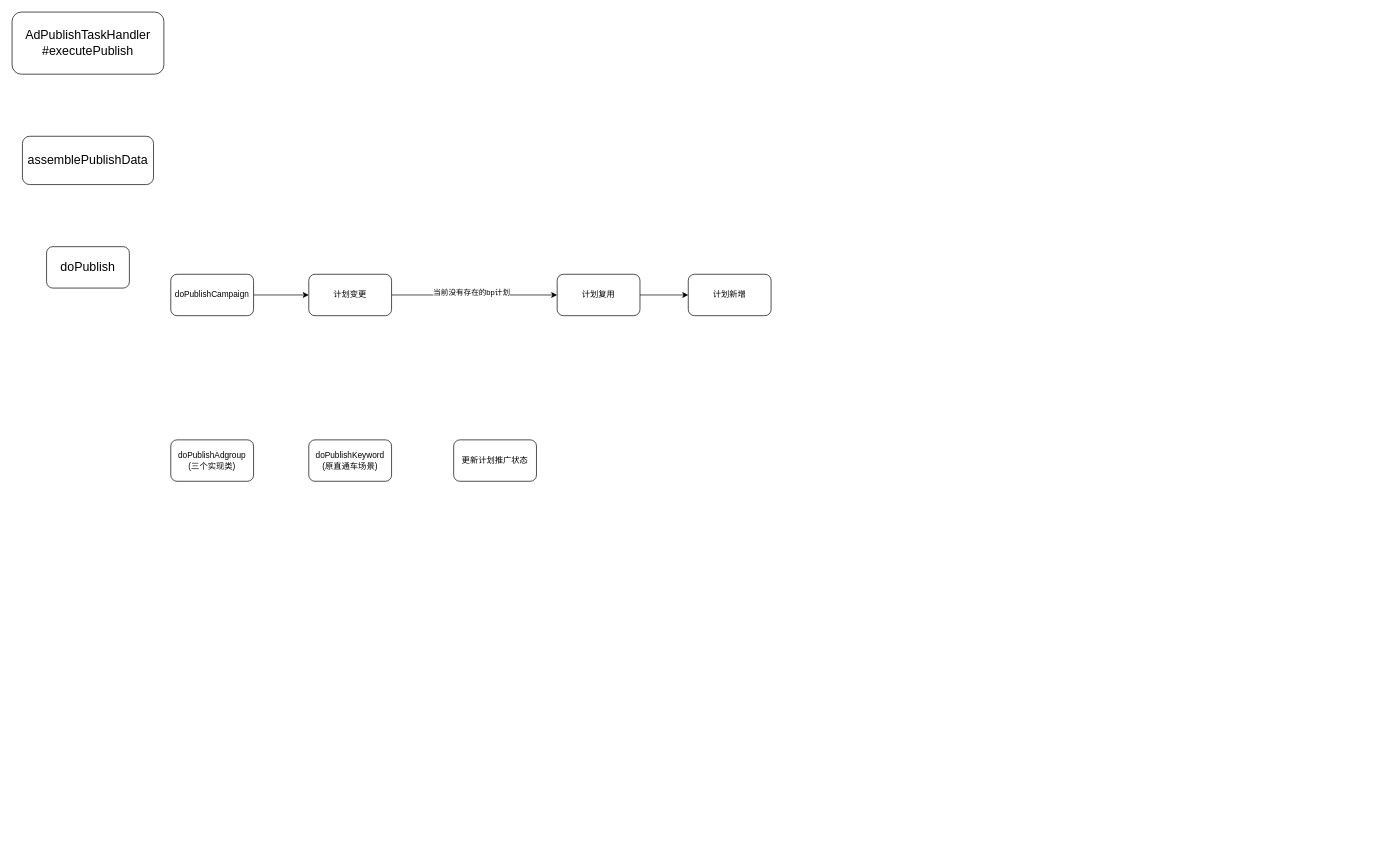
This is page "调度" (1 of 2) of 智投.drawio from RuishanFang/notes, a draw.io file, before an edit. Source tidied: cells renumbered, new cells numbered last; positions are measured from the earlier drawing's top-left corner, leaving out a move shared by most shapes. Both pictures are drawn from the tidied source at 69%, with x=0, y=0 at pixel (12, 12).
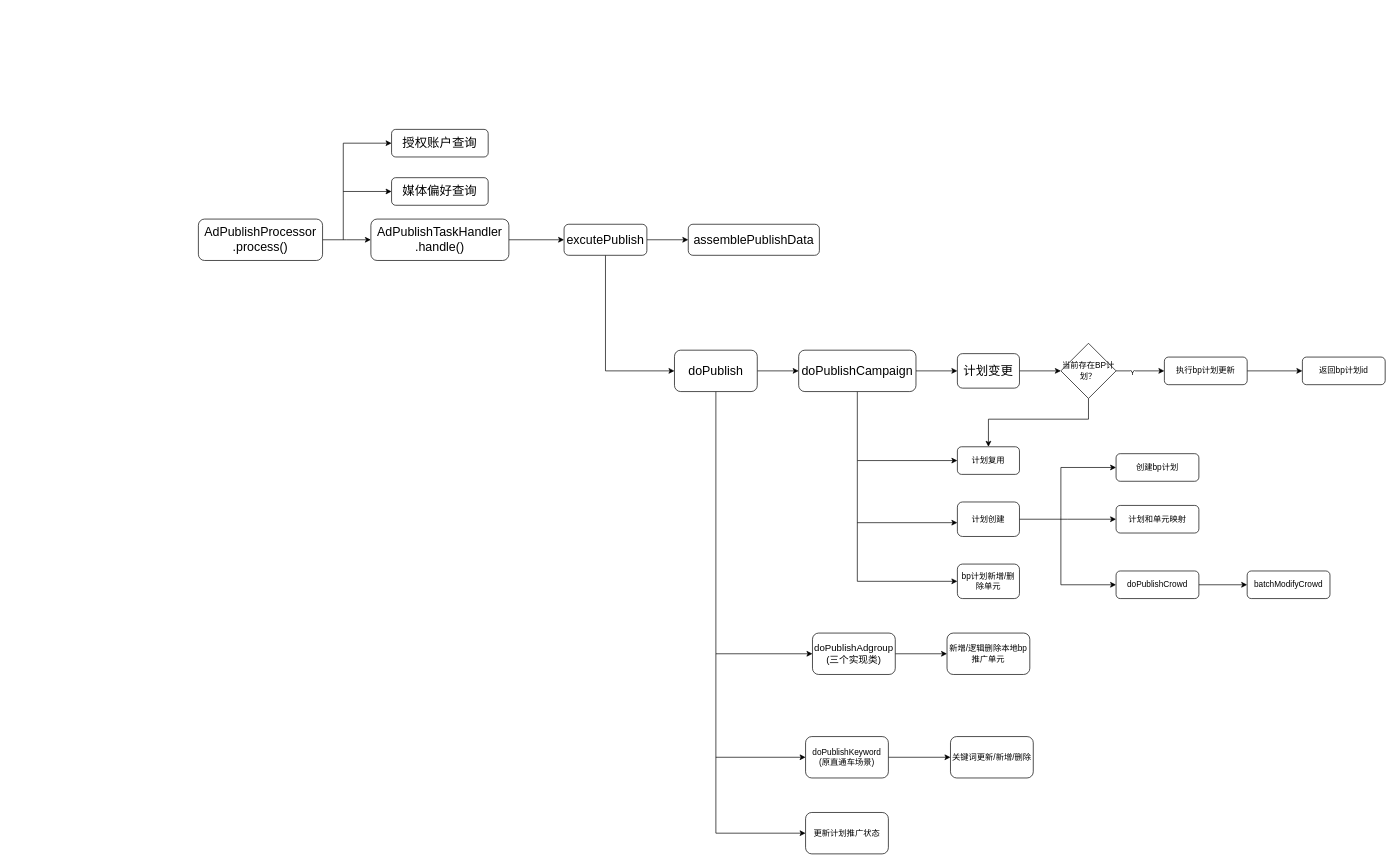
Above is the later version.

What changed in the source:
```diff
@@
+    <mxCell id="16" style="edgeStyle=orthogonalEdgeStyle;rounded=0;jettySize=auto;html=1;" parent="1" edge="1" source="2" target="39">
+      <mxGeometry relative="1" as="geometry" />
+    </mxCell>
-    <mxCell id="2" value="&lt;font style=&quot;font-size: 18px;&quot;&gt;AdPublishTaskHandler&lt;br&gt;#executePublish&lt;/font&gt;" style="rounded=1;whiteSpace=wrap;html=1;" parent="1" vertex="1">
-      <mxGeometry width="220" height="90" as="geometry" />
+    <mxCell id="2" value="&lt;font style=&quot;font-size: 18px;&quot;&gt;AdPublishTaskHandler&lt;br&gt;.handle()&lt;/font&gt;" style="rounded=1;whiteSpace=wrap;html=1;" parent="1" vertex="1">
+      <mxGeometry x="520" y="300" width="200" height="60" as="geometry" />
     </mxCell>
     <mxCell id="3" value="&lt;font style=&quot;font-size: 18px;&quot;&gt;assemblePublishData&lt;/font&gt;" style="rounded=1;whiteSpace=wrap;html=1;" parent="1" vertex="1">
-      <mxGeometry x="15" y="180" width="190" height="70" as="geometry" />
+      <mxGeometry x="980" y="307.5" width="190" height="45" as="geometry" />
     </mxCell>
+    <mxCell id="17" style="edgeStyle=orthogonalEdgeStyle;rounded=0;jettySize=auto;html=1;" parent="1" edge="1" source="4" target="9">
+      <mxGeometry relative="1" as="geometry" />
+    </mxCell>
+    <mxCell id="18" style="edgeStyle=orthogonalEdgeStyle;rounded=0;jettySize=auto;html=1;" parent="1" edge="1" source="4">
+      <mxGeometry relative="1" as="geometry">
+        <mxPoint x="1160" y="930" as="targetPoint" />
+        <Array as="points">
+          <mxPoint x="1020" y="930" />
+        </Array>
+      </mxGeometry>
+    </mxCell>
     <mxCell id="4" value="&lt;font style=&quot;font-size: 18px;&quot;&gt;doPublish&lt;/font&gt;" style="rounded=1;whiteSpace=wrap;html=1;" parent="1" vertex="1">
-      <mxGeometry x="50" y="340" width="120" height="60" as="geometry" />
+      <mxGeometry x="960" y="490" width="120" height="60" as="geometry" />
     </mxCell>
+    <mxCell id="19" style="edgeStyle=orthogonalEdgeStyle;rounded=0;jettySize=auto;html=1;" parent="1" edge="1" source="5" target="35">
+      <mxGeometry relative="1" as="geometry" />
+    </mxCell>
-    <mxCell id="5" value="doPublishAdgroup&lt;br&gt;(三个实现类)" style="rounded=1;whiteSpace=wrap;html=1;" parent="1" vertex="1">
-      <mxGeometry x="230" y="620" width="120" height="60" as="geometry" />
+    <mxCell id="5" value="&lt;font style=&quot;font-size: 14px;&quot;&gt;doPublishAdgroup&lt;br&gt;(三个实现类)&lt;/font&gt;" style="rounded=1;whiteSpace=wrap;html=1;" parent="1" vertex="1">
+      <mxGeometry x="1160" y="900" width="120" height="60" as="geometry" />
     </mxCell>
+    <mxCell id="20" style="edgeStyle=orthogonalEdgeStyle;rounded=0;jettySize=auto;html=1;" parent="1" edge="1" source="6" target="36">
+      <mxGeometry relative="1" as="geometry" />
+    </mxCell>
     <mxCell id="6" value="doPublishKeyword&lt;br&gt;(原直通车场景)" style="rounded=1;whiteSpace=wrap;html=1;" parent="1" vertex="1">
-      <mxGeometry x="430" y="620" width="120" height="60" as="geometry" />
+      <mxGeometry x="1150" y="1050" width="120" height="60" as="geometry" />
     </mxCell>
     <mxCell id="7" value="更新计划推广状态" style="rounded=1;whiteSpace=wrap;html=1;" parent="1" vertex="1">
-      <mxGeometry x="640" y="620" width="120" height="60" as="geometry" />
+      <mxGeometry x="1150" y="1160" width="120" height="60" as="geometry" />
     </mxCell>
@@
+    <mxCell id="21" style="edgeStyle=orthogonalEdgeStyle;rounded=0;jettySize=auto;html=1;" parent="1" edge="1" source="9">
+      <mxGeometry relative="1" as="geometry">
+        <mxPoint x="1370" y="650" as="targetPoint" />
+        <Array as="points">
+          <mxPoint x="1225" y="650" />
+        </Array>
+      </mxGeometry>
+    </mxCell>
-    <mxCell id="9" value="doPublishCampaign" style="rounded=1;whiteSpace=wrap;html=1;" parent="1" vertex="1">
-      <mxGeometry x="230" y="380" width="120" height="60" as="geometry" />
+    <mxCell id="9" value="&lt;font style=&quot;font-size: 18px;&quot;&gt;doPublishCampaign&lt;/font&gt;" style="rounded=1;whiteSpace=wrap;html=1;" parent="1" vertex="1">
+      <mxGeometry x="1140" y="490" width="170" height="60" as="geometry" />
     </mxCell>
-    <mxCell id="10" style="edgeStyle=orthogonalEdgeStyle;rounded=0;jettySize=auto;html=1;entryX=0;entryY=0.5;entryDx=0;entryDy=0;" parent="1" edge="1" source="12" target="14">
-      <mxGeometry relative="1" as="geometry" />
-    </mxCell>
-    <mxCell id="11" value="当前没有存在的bp计划" style="edgeLabel;html=1;align=center;verticalAlign=middle;" parent="10" vertex="1">
-      <mxGeometry x="-0.04" y="4" relative="1" as="geometry" />
-    </mxCell>
+    <mxCell id="22" style="edgeStyle=orthogonalEdgeStyle;rounded=0;jettySize=auto;html=1;" parent="1" edge="1" source="12" target="27">
+      <mxGeometry relative="1" as="geometry" />
+    </mxCell>
-    <mxCell id="12" value="计划变更" style="rounded=1;whiteSpace=wrap;html=1;" parent="1" vertex="1">
-      <mxGeometry x="430" y="380" width="120" height="60" as="geometry" />
+    <mxCell id="12" value="&lt;font style=&quot;font-size: 18px;&quot;&gt;计划变更&lt;/font&gt;" style="rounded=1;whiteSpace=wrap;html=1;" parent="1" vertex="1">
+      <mxGeometry x="1370" y="495" width="90" height="50" as="geometry" />
     </mxCell>
-    <mxCell id="13" style="edgeStyle=orthogonalEdgeStyle;rounded=0;jettySize=auto;html=1;" parent="1" edge="1" source="14" target="15">
-      <mxGeometry relative="1" as="geometry" />
-    </mxCell>
     <mxCell id="14" value="计划复用" style="rounded=1;whiteSpace=wrap;html=1;" parent="1" vertex="1">
-      <mxGeometry x="790" y="380" width="120" height="60" as="geometry" />
+      <mxGeometry x="1370" y="630" width="90" height="40" as="geometry" />
     </mxCell>
+    <mxCell id="23" style="edgeStyle=orthogonalEdgeStyle;rounded=0;jettySize=auto;html=1;" parent="1" edge="1" source="15">
+      <mxGeometry relative="1" as="geometry">
+        <mxPoint x="1600" y="735" as="targetPoint" />
+      </mxGeometry>
+    </mxCell>
-    <mxCell id="15" value="计划新增" style="rounded=1;whiteSpace=wrap;html=1;" parent="1" vertex="1">
-      <mxGeometry x="980" y="380" width="120" height="60" as="geometry" />
+    <mxCell id="15" value="计划创建" style="rounded=1;whiteSpace=wrap;html=1;" parent="1" vertex="1">
+      <mxGeometry x="1370" y="710" width="90" height="50" as="geometry" />
     </mxCell>
+    <mxCell id="24" style="edgeStyle=orthogonalEdgeStyle;rounded=0;jettySize=auto;html=1;" parent="1" edge="1" source="27" target="29">
+      <mxGeometry relative="1" as="geometry" />
+    </mxCell>
+    <mxCell id="25" value="Y" style="edgeLabel;html=1;align=center;verticalAlign=middle;" parent="24" vertex="1">
+      <mxGeometry x="-0.33" y="-1" relative="1" as="geometry" />
+    </mxCell>
+    <mxCell id="26" style="edgeStyle=orthogonalEdgeStyle;rounded=0;jettySize=auto;html=1;entryX=0.5;entryY=0;entryDx=0;entryDy=0;" parent="1" edge="1" source="27" target="14">
+      <mxGeometry relative="1" as="geometry">
+        <Array as="points">
+          <mxPoint x="1560" y="590" />
+          <mxPoint x="1415" y="590" />
+        </Array>
+      </mxGeometry>
+    </mxCell>
+    <mxCell id="27" value="当前存在BP计划？" style="rhombus;whiteSpace=wrap;html=1;" parent="1" vertex="1">
+      <mxGeometry x="1520" y="480" width="80" height="80" as="geometry" />
+    </mxCell>
+    <mxCell id="28" style="edgeStyle=orthogonalEdgeStyle;rounded=0;jettySize=auto;html=1;" parent="1" edge="1" source="29" target="40">
+      <mxGeometry relative="1" as="geometry" />
+    </mxCell>
+    <mxCell id="29" value="执行bp计划更新" style="rounded=1;whiteSpace=wrap;html=1;" parent="1" vertex="1">
+      <mxGeometry x="1670" y="500" width="120" height="40" as="geometry" />
+    </mxCell>
+    <mxCell id="30" value="创建bp计划" style="rounded=1;whiteSpace=wrap;html=1;" parent="1" vertex="1">
+      <mxGeometry x="1600" y="640" width="120" height="40" as="geometry" />
+    </mxCell>
+    <mxCell id="31" value="计划和单元映射" style="rounded=1;whiteSpace=wrap;html=1;" parent="1" vertex="1">
+      <mxGeometry x="1600" y="715" width="120" height="40" as="geometry" />
+    </mxCell>
+    <mxCell id="32" style="edgeStyle=orthogonalEdgeStyle;rounded=0;jettySize=auto;html=1;entryX=0;entryY=0.5;entryDx=0;entryDy=0;" parent="1" edge="1" source="33" target="41">
+      <mxGeometry relative="1" as="geometry" />
+    </mxCell>
+    <mxCell id="33" value="doPublishCrowd" style="rounded=1;whiteSpace=wrap;html=1;" parent="1" vertex="1">
+      <mxGeometry x="1600" y="810" width="120" height="40" as="geometry" />
+    </mxCell>
+    <mxCell id="34" value="bp计划新增/删除单元" style="rounded=1;whiteSpace=wrap;html=1;" parent="1" vertex="1">
+      <mxGeometry x="1370" y="800" width="90" height="50" as="geometry" />
+    </mxCell>
+    <mxCell id="35" value="新增/逻辑删除本地bp推广单元" style="rounded=1;whiteSpace=wrap;html=1;" parent="1" vertex="1">
+      <mxGeometry x="1355" y="900" width="120" height="60" as="geometry" />
+    </mxCell>
+    <mxCell id="36" value="关键词更新/新增/删除" style="whiteSpace=wrap;html=1;rounded=1;" parent="1" vertex="1">
+      <mxGeometry x="1360" y="1050" width="120" height="60" as="geometry" />
+    </mxCell>
+    <mxCell id="37" style="edgeStyle=orthogonalEdgeStyle;rounded=0;jettySize=auto;html=1;" parent="1" edge="1" source="39" target="3">
+      <mxGeometry relative="1" as="geometry" />
+    </mxCell>
+    <mxCell id="38" style="edgeStyle=orthogonalEdgeStyle;rounded=0;jettySize=auto;html=1;" parent="1" edge="1" source="39">
+      <mxGeometry relative="1" as="geometry">
+        <mxPoint x="960" y="520" as="targetPoint" />
+        <Array as="points">
+          <mxPoint x="860" y="520" />
+        </Array>
+      </mxGeometry>
+    </mxCell>
+    <mxCell id="39" value="&lt;font style=&quot;font-size: 18px;&quot;&gt;excutePublish&lt;/font&gt;" style="rounded=1;whiteSpace=wrap;html=1;" parent="1" vertex="1">
+      <mxGeometry x="800" y="307.5" width="120" height="45" as="geometry" />
+    </mxCell>
+    <mxCell id="40" value="返回bp计划id" style="whiteSpace=wrap;html=1;rounded=1;" parent="1" vertex="1">
+      <mxGeometry x="1870" y="500" width="120" height="40" as="geometry" />
+    </mxCell>
+    <mxCell id="41" value="batchModifyCrowd" style="rounded=1;whiteSpace=wrap;html=1;" parent="1" vertex="1">
+      <mxGeometry x="1790" y="810" width="120" height="40" as="geometry" />
+    </mxCell>
+    <mxCell id="42" style="endArrow=classic;html=1;rounded=0;entryX=0;entryY=0.5;entryDx=0;entryDy=0;" parent="1" edge="1" target="30">
+      <mxGeometry relative="1" as="geometry">
+        <mxPoint x="1520" y="730" as="sourcePoint" />
+        <Array as="points">
+          <mxPoint x="1520" y="660" />
+        </Array>
+      </mxGeometry>
+    </mxCell>
+    <mxCell id="43" style="endArrow=classic;html=1;rounded=0;entryX=0;entryY=0.5;entryDx=0;entryDy=0;" parent="1" edge="1" target="33">
+      <mxGeometry relative="1" as="geometry">
+        <mxPoint x="1520" y="730" as="sourcePoint" />
+        <Array as="points">
+          <mxPoint x="1520" y="830" />
+        </Array>
+      </mxGeometry>
+    </mxCell>
+    <mxCell id="44" style="edgeStyle=orthogonalEdgeStyle;rounded=0;jettySize=auto;html=1;" parent="1" edge="1" source="45">
+      <mxGeometry relative="1" as="geometry">
+        <mxPoint x="520" y="330" as="targetPoint" />
+      </mxGeometry>
+    </mxCell>
+    <mxCell id="45" value="&lt;span style=&quot;font-size: 18px;&quot;&gt;AdPublishProcessor&lt;br&gt;.process()&lt;/span&gt;" style="rounded=1;whiteSpace=wrap;html=1;" parent="1" vertex="1">
+      <mxGeometry x="270" y="300" width="180" height="60" as="geometry" />
+    </mxCell>
+    <mxCell id="46" value="&lt;span style=&quot;font-size: 18px;&quot;&gt;媒体偏好查询&lt;/span&gt;" style="rounded=1;whiteSpace=wrap;html=1;" parent="1" vertex="1">
+      <mxGeometry x="550" y="240" width="140" height="40" as="geometry" />
+    </mxCell>
+    <mxCell id="47" value="&lt;font style=&quot;font-size: 18px;&quot;&gt;授权账户查询&lt;/font&gt;" style="rounded=1;whiteSpace=wrap;html=1;" parent="1" vertex="1">
+      <mxGeometry x="550" y="170" width="140" height="40" as="geometry" />
+    </mxCell>
+    <mxCell id="48" style="endArrow=classic;html=1;rounded=0;" parent="1" edge="1">
+      <mxGeometry relative="1" as="geometry">
+        <mxPoint x="480" y="330" as="sourcePoint" />
+        <mxPoint x="550" y="190" as="targetPoint" />
+        <Array as="points">
+          <mxPoint x="480" y="190" />
+        </Array>
+      </mxGeometry>
+    </mxCell>
+    <mxCell id="49" style="endArrow=classic;html=1;rounded=0;entryX=0;entryY=0.5;entryDx=0;entryDy=0;entryPerimeter=0;" parent="1" edge="1" target="46">
+      <mxGeometry relative="1" as="geometry">
+        <mxPoint x="480" y="260" as="sourcePoint" />
+      </mxGeometry>
+    </mxCell>
+    <mxCell id="50" style="endArrow=classic;html=1;rounded=0;entryX=0;entryY=0.5;entryDx=0;entryDy=0;" parent="1" edge="1" target="7">
+      <mxGeometry relative="1" as="geometry">
+        <mxPoint x="1020" y="930" as="sourcePoint" />
+        <Array as="points">
+          <mxPoint x="1020" y="1190" />
+        </Array>
+      </mxGeometry>
+    </mxCell>
+    <mxCell id="51" style="endArrow=classic;html=1;rounded=0;entryX=0;entryY=0.5;entryDx=0;entryDy=0;" parent="1" edge="1" target="6">
+      <mxGeometry relative="1" as="geometry">
+        <mxPoint x="1020" y="1080" as="sourcePoint" />
+      </mxGeometry>
+    </mxCell>
+    <mxCell id="52" style="endArrow=classic;html=1;rounded=0;entryX=0;entryY=0.5;entryDx=0;entryDy=0;" parent="1" edge="1" target="34">
+      <mxGeometry relative="1" as="geometry">
+        <mxPoint x="1225" y="650" as="sourcePoint" />
+        <Array as="points">
+          <mxPoint x="1225" y="825" />
+        </Array>
+      </mxGeometry>
+    </mxCell>
+    <mxCell id="53" style="endArrow=classic;html=1;rounded=0;" parent="1" edge="1">
+      <mxGeometry relative="1" as="geometry">
+        <mxPoint x="1225" y="740" as="sourcePoint" />
+        <mxPoint x="1370" y="740" as="targetPoint" />
+      </mxGeometry>
+    </mxCell>
```
